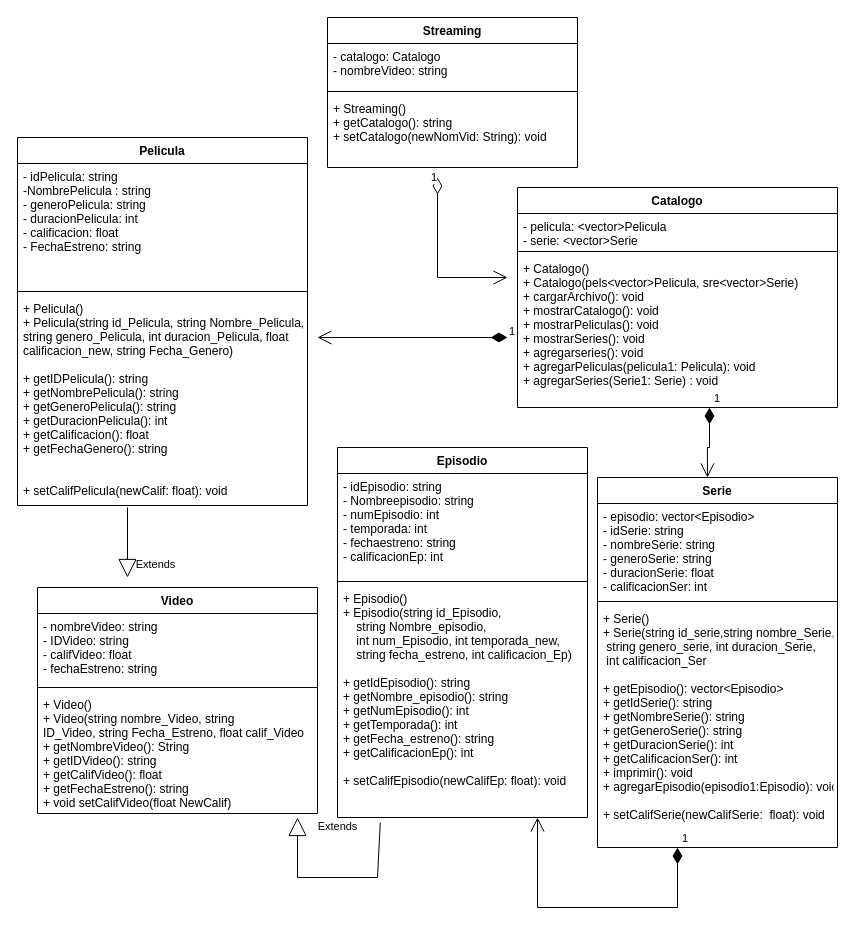
Above: DiagramaHerencia.drawio in FJ22-TC1030/proyectointegrador-a01754574 (draw.io), before the change. Source tidied: cells renumbered, new cells numbered last; positions are measured from the earlier drawing's top-left corner, leaving out a move shared by most shapes. Both pictures are drawn from the tidied source at 100%, with x=0, y=0 at pixel (17, 17).
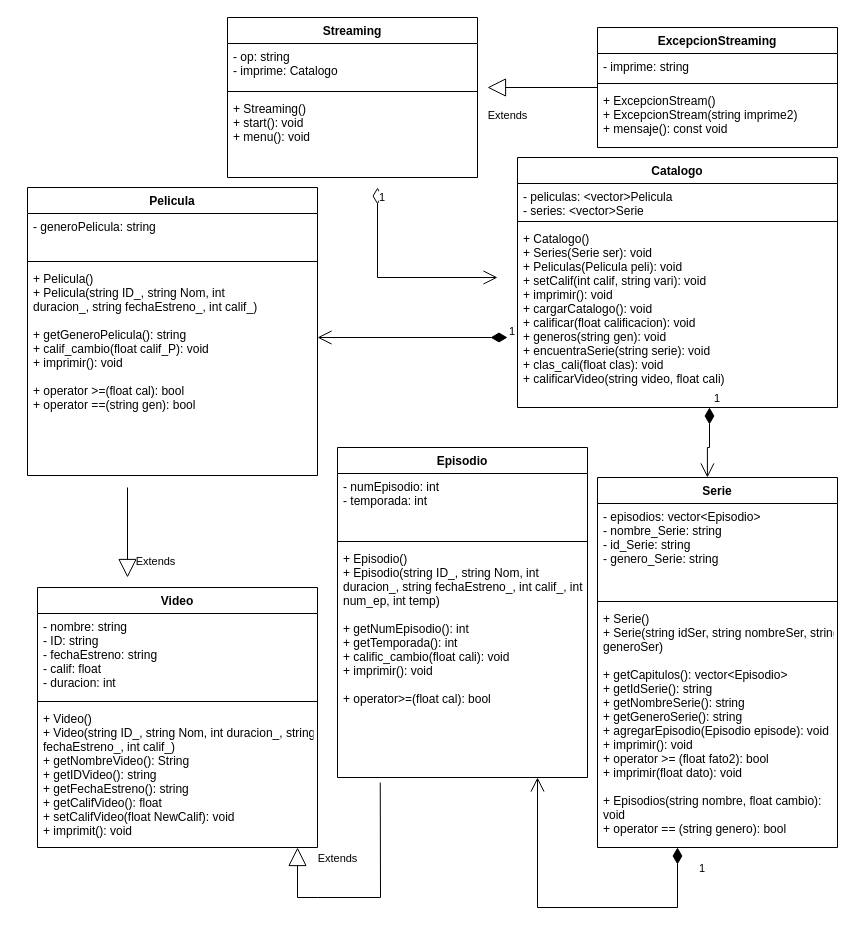
The same diagram, later.

Unchanged cells that the change refers to:
```xml
<mxCell id="18" value="Serie" style="swimlane;fontStyle=1;align=center;verticalAlign=top;horizontal=1;startSize=26;" parent="1" vertex="1">
  <mxGeometry x="580" y="460" width="240" height="370" as="geometry" />
</mxCell>
```

Change to the diagram source:
```diff
@@
     <mxCell id="2" value="Streaming" style="swimlane;fontStyle=1;align=center;verticalAlign=top;horizontal=1;startSize=26;" parent="1" vertex="1">
-      <mxGeometry x="310" width="250" height="150" as="geometry" />
+      <mxGeometry x="210" width="250" height="160" as="geometry" />
     </mxCell>
-    <mxCell id="3" value="- catalogo: Catalogo&#10;- nombreVideo: string" style="text;strokeColor=none;fillColor=none;align=left;verticalAlign=top;spacingLeft=4;spacingRight=4;overflow=hidden;" parent="2" vertex="1">
+    <mxCell id="3" value="- op: string&#10;- imprime: Catalogo" style="text;strokeColor=none;fillColor=none;align=left;verticalAlign=top;spacingLeft=4;spacingRight=4;overflow=hidden;" parent="2" vertex="1">
       <mxGeometry y="26" width="250" height="44" as="geometry" />
     </mxCell>
@@
-    <mxCell id="5" value="+ Streaming()&#10;+ getCatalogo(): string&#10;+ setCatalogo(newNomVid: String): void&#10;&#10;" style="text;strokeColor=none;fillColor=none;align=left;verticalAlign=top;spacingLeft=4;spacingRight=4;overflow=hidden;" parent="2" vertex="1">
-      <mxGeometry y="78" width="250" height="72" as="geometry" />
+    <mxCell id="5" value="+ Streaming()&#10;+ start(): void&#10;+ menu(): void" style="text;strokeColor=none;fillColor=none;align=left;verticalAlign=top;spacingLeft=4;spacingRight=4;overflow=hidden;" parent="2" vertex="1">
+      <mxGeometry y="78" width="250" height="82" as="geometry" />
     </mxCell>
     <mxCell id="6" value="Pelicula" style="swimlane;fontStyle=1;align=center;verticalAlign=top;horizontal=1;startSize=26;" parent="1" vertex="1">
-      <mxGeometry y="120" width="290" height="368" as="geometry" />
+      <mxGeometry x="10" y="170" width="290" height="288" as="geometry" />
     </mxCell>
-    <mxCell id="7" value="- idPelicula: string&#10;-NombrePelicula : string&#10;- generoPelicula: string&#10;- duracionPelicula: int&#10;- calificacion: float&#10;- FechaEstreno: string&#10;" style="text;strokeColor=none;fillColor=none;align=left;verticalAlign=top;spacingLeft=4;spacingRight=4;overflow=hidden;" parent="6" vertex="1">
-      <mxGeometry y="26" width="290" height="124" as="geometry" />
+    <mxCell id="7" value="- generoPelicula: string&#10;&#10;" style="text;strokeColor=none;fillColor=none;align=left;verticalAlign=top;spacingLeft=4;spacingRight=4;overflow=hidden;" parent="6" vertex="1">
+      <mxGeometry y="26" width="290" height="44" as="geometry" />
     </mxCell>
     <mxCell id="8" style="line;strokeWidth=1;fillColor=none;align=left;verticalAlign=middle;spacingTop=-1;spacingLeft=3;spacingRight=3;labelPosition=right;" parent="6" vertex="1">
-      <mxGeometry y="150" width="290" height="8" as="geometry" />
+      <mxGeometry y="70" width="290" height="8" as="geometry" />
     </mxCell>
-    <mxCell id="9" value="+ Pelicula()&#10;+ Pelicula(string id_Pelicula, string Nombre_Pelicula,&#10;string genero_Pelicula, int duracion_Pelicula, float&#10;calificacion_new, string Fecha_Genero)&#10;&#10;+ getIDPelicula(): string&#10;+ getNombrePelicula(): string&#10;+ getGeneroPelicula(): string&#10;+ getDuracionPelicula(): int&#10;+ getCalificacion(): float&#10;+ getFechaGenero(): string&#10;&#10;&#10;+ setCalifPelicula(newCalif: float): void&#10;&#10;" style="text;strokeColor=none;fillColor=none;align=left;verticalAlign=top;spacingLeft=4;spacingRight=4;overflow=hidden;" parent="6" vertex="1">
-      <mxGeometry y="158" width="290" height="210" as="geometry" />
+    <mxCell id="9" value="+ Pelicula()&#10;+ Pelicula(string ID_, string Nom, int&#10;duracion_, string fechaEstreno_, int calif_)&#10;&#10;+ getGeneroPelicula(): string&#10;+ calif_cambio(float calif_P): void&#10;+ imprimir(): void&#10;&#10;+ operator &gt;=(float cal): bool&#10;+ operator ==(string gen): bool&#10;" style="text;strokeColor=none;fillColor=none;align=left;verticalAlign=top;spacingLeft=4;spacingRight=4;overflow=hidden;" parent="6" vertex="1">
+      <mxGeometry y="78" width="290" height="210" as="geometry" />
     </mxCell>
     <mxCell id="10" value="Catalogo" style="swimlane;fontStyle=1;align=center;verticalAlign=top;horizontal=1;startSize=26;" parent="1" vertex="1">
-      <mxGeometry x="500" y="170" width="320" height="220" as="geometry" />
+      <mxGeometry x="500" y="140" width="320" height="250" as="geometry" />
     </mxCell>
-    <mxCell id="11" value="- pelicula: &lt;vector&gt;Pelicula&#10;- serie: &lt;vector&gt;Serie" style="text;strokeColor=none;fillColor=none;align=left;verticalAlign=top;spacingLeft=4;spacingRight=4;overflow=hidden;" parent="10" vertex="1">
+    <mxCell id="11" value="- peliculas: &lt;vector&gt;Pelicula&#10;- series: &lt;vector&gt;Serie" style="text;strokeColor=none;fillColor=none;align=left;verticalAlign=top;spacingLeft=4;spacingRight=4;overflow=hidden;" parent="10" vertex="1">
       <mxGeometry y="26" width="320" height="34" as="geometry" />
     </mxCell>
@@
-    <mxCell id="13" value="+ Catalogo()&#10;+ Catalogo(pels&lt;vector&gt;Pelicula, sre&lt;vector&gt;Serie)&#10;+ cargarArchivo(): void&#10;+ mostrarCatalogo(): void&#10;+ mostrarPeliculas(): void&#10;+ mostrarSeries(): void&#10;+ agregarseries(): void&#10;+ agregarPeliculas(pelicula1: Pelicula): void&#10;+ agregarSeries(Serie1: Serie) : void" style="text;strokeColor=none;fillColor=none;align=left;verticalAlign=top;spacingLeft=4;spacingRight=4;overflow=hidden;" parent="10" vertex="1">
-      <mxGeometry y="68" width="320" height="152" as="geometry" />
+    <mxCell id="13" value="+ Catalogo()&#10;+ Series(Serie ser): void&#10;+ Peliculas(Pelicula peli): void&#10;+ setCalif(int calif, string vari): void&#10;+ imprimir(): void&#10;+ cargarCatalogo(): void&#10;+ calificar(float calificacion): void&#10;+ generos(string gen): void&#10;+ encuentraSerie(string serie): void&#10;+ clas_cali(float clas): void&#10;+ calificarVideo(string video, float cali)&#10;" style="text;strokeColor=none;fillColor=none;align=left;verticalAlign=top;spacingLeft=4;spacingRight=4;overflow=hidden;" parent="10" vertex="1">
+      <mxGeometry y="68" width="320" height="182" as="geometry" />
     </mxCell>
     <mxCell id="14" value="Episodio" style="swimlane;fontStyle=1;align=center;verticalAlign=top;horizontal=1;startSize=26;" parent="1" vertex="1">
-      <mxGeometry x="320" y="430" width="250" height="370" as="geometry" />
+      <mxGeometry x="320" y="430" width="250" height="330" as="geometry" />
     </mxCell>
-    <mxCell id="15" value="- idEpisodio: string&#10;- Nombreepisodio: string&#10;- numEpisodio: int&#10;- temporada: int&#10;- fechaestreno: string&#10;- calificacionEp: int&#10;" style="text;strokeColor=none;fillColor=none;align=left;verticalAlign=top;spacingLeft=4;spacingRight=4;overflow=hidden;" parent="14" vertex="1">
-      <mxGeometry y="26" width="250" height="104" as="geometry" />
+    <mxCell id="15" value="- numEpisodio: int&#10;- temporada: int" style="text;strokeColor=none;fillColor=none;align=left;verticalAlign=top;spacingLeft=4;spacingRight=4;overflow=hidden;" parent="14" vertex="1">
+      <mxGeometry y="26" width="250" height="64" as="geometry" />
     </mxCell>
     <mxCell id="16" style="line;strokeWidth=1;fillColor=none;align=left;verticalAlign=middle;spacingTop=-1;spacingLeft=3;spacingRight=3;labelPosition=right;" parent="14" vertex="1">
-      <mxGeometry y="130" width="250" height="8" as="geometry" />
+      <mxGeometry y="90" width="250" height="8" as="geometry" />
     </mxCell>
-    <mxCell id="17" value="+ Episodio()&#10;+ Episodio(string id_Episodio, &#10;    string Nombre_episodio,&#10;    int num_Episodio, int temporada_new, &#10;    string fecha_estreno, int calificacion_Ep)&#10;&#10;+ getIdEpisodio(): string&#10;+ getNombre_episodio(): string&#10;+ getNumEpisodio(): int&#10;+ getTemporada(): int&#10;+ getFecha_estreno(): string&#10;+ getCalificacionEp(): int&#10;&#10;+ setCalifEpisodio(newCalifEp: float): void" style="text;strokeColor=none;fillColor=none;align=left;verticalAlign=top;spacingLeft=4;spacingRight=4;overflow=hidden;points=[[0,0.5],[1,0.5]];portConstraint=eastwest;" parent="14" vertex="1">
-      <mxGeometry y="138" width="250" height="232" as="geometry" />
+    <mxCell id="17" value="+ Episodio()&#10;+ Episodio(string ID_, string Nom, int &#10;duracion_, string fechaEstreno_, int calif_, int&#10;num_ep, int temp)&#10;&#10;+ getNumEpisodio(): int&#10;+ getTemporada(): int&#10;+ calific_cambio(float cali): void&#10;+ imprimir(): void&#10;&#10;+ operator&gt;=(float cal): bool" style="text;strokeColor=none;fillColor=none;align=left;verticalAlign=top;spacingLeft=4;spacingRight=4;overflow=hidden;points=[[0,0.5],[1,0.5]];portConstraint=eastwest;" parent="14" vertex="1">
+      <mxGeometry y="98" width="250" height="232" as="geometry" />
     </mxCell>
@@
-    <mxCell id="19" value="- episodio: vector&lt;Episodio&gt;&#10;- idSerie: string&#10;- nombreSerie: string&#10;- generoSerie: string&#10;- duracionSerie: float&#10;- calificacionSer: int" style="text;strokeColor=none;fillColor=none;align=left;verticalAlign=top;spacingLeft=4;spacingRight=4;overflow=hidden;" parent="18" vertex="1">
+    <mxCell id="19" value="- episodios: vector&lt;Episodio&gt;&#10;- nombre_Serie: string&#10;- id_Serie: string&#10;- genero_Serie: string" style="text;strokeColor=none;fillColor=none;align=left;verticalAlign=top;spacingLeft=4;spacingRight=4;overflow=hidden;" parent="18" vertex="1">
       <mxGeometry y="26" width="240" height="94" as="geometry" />
     </mxCell>
@@
-    <mxCell id="21" value="+ Serie()&#10;+ Serie(string id_serie,string nombre_Serie,&#10; string genero_serie, int duracion_Serie, &#10; int calificacion_Ser&#10;&#10;+ getEpisodio(): vector&lt;Episodio&gt;&#10;+ getIdSerie(): string&#10;+ getNombreSerie(): string&#10;+ getGeneroSerie(): string&#10;+ getDuracionSerie(): int&#10;+ getCalificacionSer(): int&#10;+ imprimir(): void&#10;+ agregarEpisodio(episodio1:Episodio): void&#10;&#10;+ setCalifSerie(newCalifSerie:  float): void&#10;" style="text;strokeColor=none;fillColor=none;align=left;verticalAlign=top;spacingLeft=4;spacingRight=4;overflow=hidden;" parent="18" vertex="1">
+    <mxCell id="21" value="+ Serie()&#10;+ Serie(string idSer, string nombreSer, string&#10;generoSer)&#10;&#10;+ getCapitulos(): vector&lt;Episodio&gt;&#10;+ getIdSerie(): string&#10;+ getNombreSerie(): string&#10;+ getGeneroSerie(): string&#10;+ agregarEpisodio(Episodio episode): void&#10;+ imprimir(): void&#10;+ operator &gt;= (float fato2): bool&#10;+ imprimir(float dato): void&#10;&#10;+ Episodios(string nombre, float cambio):&#10;void&#10;+ operator == (string genero): bool" style="text;strokeColor=none;fillColor=none;align=left;verticalAlign=top;spacingLeft=4;spacingRight=4;overflow=hidden;" parent="18" vertex="1">
       <mxGeometry y="128" width="240" height="242" as="geometry" />
     </mxCell>
     <mxCell id="22" value="1" style="endArrow=open;html=1;endSize=12;startArrow=diamondThin;startSize=14;startFill=0;edgeStyle=orthogonalEdgeStyle;align=left;verticalAlign=bottom;rounded=0;" parent="1" edge="1">
-      <mxGeometry x="-0.89" y="-8" relative="1" as="geometry">
-        <mxPoint x="420" y="160" as="sourcePoint" />
-        <mxPoint x="490" y="260" as="targetPoint" />
+      <mxGeometry x="-0.82" relative="1" as="geometry">
+        <mxPoint x="360" y="170" as="sourcePoint" />
+        <mxPoint x="480" y="260" as="targetPoint" />
         <Array as="points">
-          <mxPoint x="420" y="260" />
+          <mxPoint x="360" y="260" />
+          <mxPoint x="480" y="260" />
         </Array>
       </mxGeometry>
     </mxCell>
     <mxCell id="23" value="Video" style="swimlane;fontStyle=1;align=center;verticalAlign=top;horizontal=1;startSize=26;" parent="1" vertex="1">
-      <mxGeometry x="20" y="570" width="280" height="226" as="geometry" />
+      <mxGeometry x="20" y="570" width="280" height="260" as="geometry" />
     </mxCell>
-    <mxCell id="24" value="- nombreVideo: string&#10;- IDVideo: string&#10;- califVideo: float&#10;- fechaEstreno: string" style="text;strokeColor=none;fillColor=none;align=left;verticalAlign=top;spacingLeft=4;spacingRight=4;overflow=hidden;" parent="23" vertex="1">
-      <mxGeometry y="26" width="280" height="70" as="geometry" />
+    <mxCell id="24" value="- nombre: string&#10;- ID: string&#10;- fechaEstreno: string&#10;- calif: float&#10;- duracion: int" style="text;strokeColor=none;fillColor=none;align=left;verticalAlign=top;spacingLeft=4;spacingRight=4;overflow=hidden;" parent="23" vertex="1">
+      <mxGeometry y="26" width="280" height="84" as="geometry" />
     </mxCell>
     <mxCell id="25" style="line;strokeWidth=1;fillColor=none;align=left;verticalAlign=middle;spacingTop=-1;spacingLeft=3;spacingRight=3;labelPosition=right;" parent="23" vertex="1">
-      <mxGeometry y="96" width="280" height="8" as="geometry" />
+      <mxGeometry y="110" width="280" height="8" as="geometry" />
     </mxCell>
-    <mxCell id="26" value="+ Video()&#10;+ Video(string nombre_Video, string&#10;ID_Video, string Fecha_Estreno, float calif_Video &#10;+ getNombreVideo(): String&#10;+ getIDVideo(): string&#10;+ getCalifVideo(): float&#10;+ getFechaEstreno(): string&#10;+ void setCalifVideo(float NewCalif)" style="text;strokeColor=none;fillColor=none;align=left;verticalAlign=top;spacingLeft=4;spacingRight=4;overflow=hidden;" parent="23" vertex="1">
-      <mxGeometry y="104" width="280" height="122" as="geometry" />
+    <mxCell id="26" value="+ Video()&#10;+ Video(string ID_, string Nom, int duracion_, string&#10;fechaEstreno_, int calif_) &#10;+ getNombreVideo(): String&#10;+ getIDVideo(): string&#10;+ getFechaEstreno(): string&#10;+ getCalifVideo(): float&#10;+ setCalifVideo(float NewCalif): void&#10;+ imprimit(): void" style="text;strokeColor=none;fillColor=none;align=left;verticalAlign=top;spacingLeft=4;spacingRight=4;overflow=hidden;" parent="23" vertex="1">
+      <mxGeometry y="118" width="280" height="142" as="geometry" />
     </mxCell>
@@
     <mxCell id="28" value="1" style="endArrow=open;html=1;endSize=12;startArrow=diamondThin;startSize=14;startFill=1;edgeStyle=orthogonalEdgeStyle;align=left;verticalAlign=bottom;rounded=0;" parent="1" edge="1" target="17">
-      <mxGeometry x="-1" y="3" relative="1" as="geometry">
+      <mxGeometry x="-0.82" y="20" relative="1" as="geometry">
         <mxPoint x="660" y="830" as="sourcePoint" />
         <Array as="points">
           <mxPoint x="660" y="890" />
           <mxPoint x="520" y="890" />
         </Array>
       </mxGeometry>
     </mxCell>
@@
     <mxCell id="30" value="Extends" style="endArrow=block;endSize=16;endFill=0;html=1;rounded=0;exitX=0.171;exitY=1.022;exitDx=0;exitDy=0;exitPerimeter=0;" parent="1" edge="1" source="17">
       <mxGeometry x="0.91" y="-40" relative="1" as="geometry">
-        <mxPoint x="280" y="800" as="targetPoint" />
+        <mxPoint x="280" y="830" as="targetPoint" />
         <Array as="points">
-          <mxPoint x="360" y="860" />
-          <mxPoint x="280" y="860" />
+          <mxPoint x="363" y="880" />
+          <mxPoint x="300" y="880" />
+          <mxPoint x="280" y="880" />
         </Array>
       </mxGeometry>
     </mxCell>
     <mxCell id="31" value="Extends" style="endArrow=block;endSize=16;endFill=0;html=1;rounded=0;" parent="1" edge="1">
       <mxGeometry x="0.64" y="28" relative="1" as="geometry">
-        <mxPoint x="110" y="490" as="sourcePoint" />
+        <mxPoint x="110" y="470" as="sourcePoint" />
         <mxPoint x="110" y="560" as="targetPoint" />
       </mxGeometry>
     </mxCell>
+    <mxCell id="32" value="ExcepcionStreaming" style="swimlane;fontStyle=1;align=center;verticalAlign=top;horizontal=1;startSize=26;" parent="1" vertex="1">
+      <mxGeometry x="580" y="10" width="240" height="120" as="geometry" />
+    </mxCell>
+    <mxCell id="33" value="- imprime: string" style="text;strokeColor=none;fillColor=none;align=left;verticalAlign=top;spacingLeft=4;spacingRight=4;overflow=hidden;" parent="32" vertex="1">
+      <mxGeometry y="26" width="240" height="26" as="geometry" />
+    </mxCell>
+    <mxCell id="34" style="line;strokeWidth=1;fillColor=none;align=left;verticalAlign=middle;spacingTop=-1;spacingLeft=3;spacingRight=3;labelPosition=right;" parent="32" vertex="1">
+      <mxGeometry y="52" width="240" height="8" as="geometry" />
+    </mxCell>
+    <mxCell id="35" value="+ ExcepcionStream()&#10;+ ExcepcionStream(string imprime2)&#10;+ mensaje(): const void" style="text;strokeColor=none;fillColor=none;align=left;verticalAlign=top;spacingLeft=4;spacingRight=4;overflow=hidden;points=[[0,0.5],[1,0.5]];portConstraint=eastwest;" parent="32" vertex="1">
+      <mxGeometry y="60" width="240" height="60" as="geometry" />
+    </mxCell>
+    <mxCell id="36" value="Extends" style="endArrow=block;endSize=16;endFill=0;html=1;rounded=0;exitX=0;exitY=0;exitDx=0;exitDy=0;exitPerimeter=0;" parent="1" edge="1" source="35">
+      <mxGeometry x="0.64" y="28" relative="1" as="geometry">
+        <mxPoint x="470" y="70" as="targetPoint" />
+      </mxGeometry>
+    </mxCell>
```
